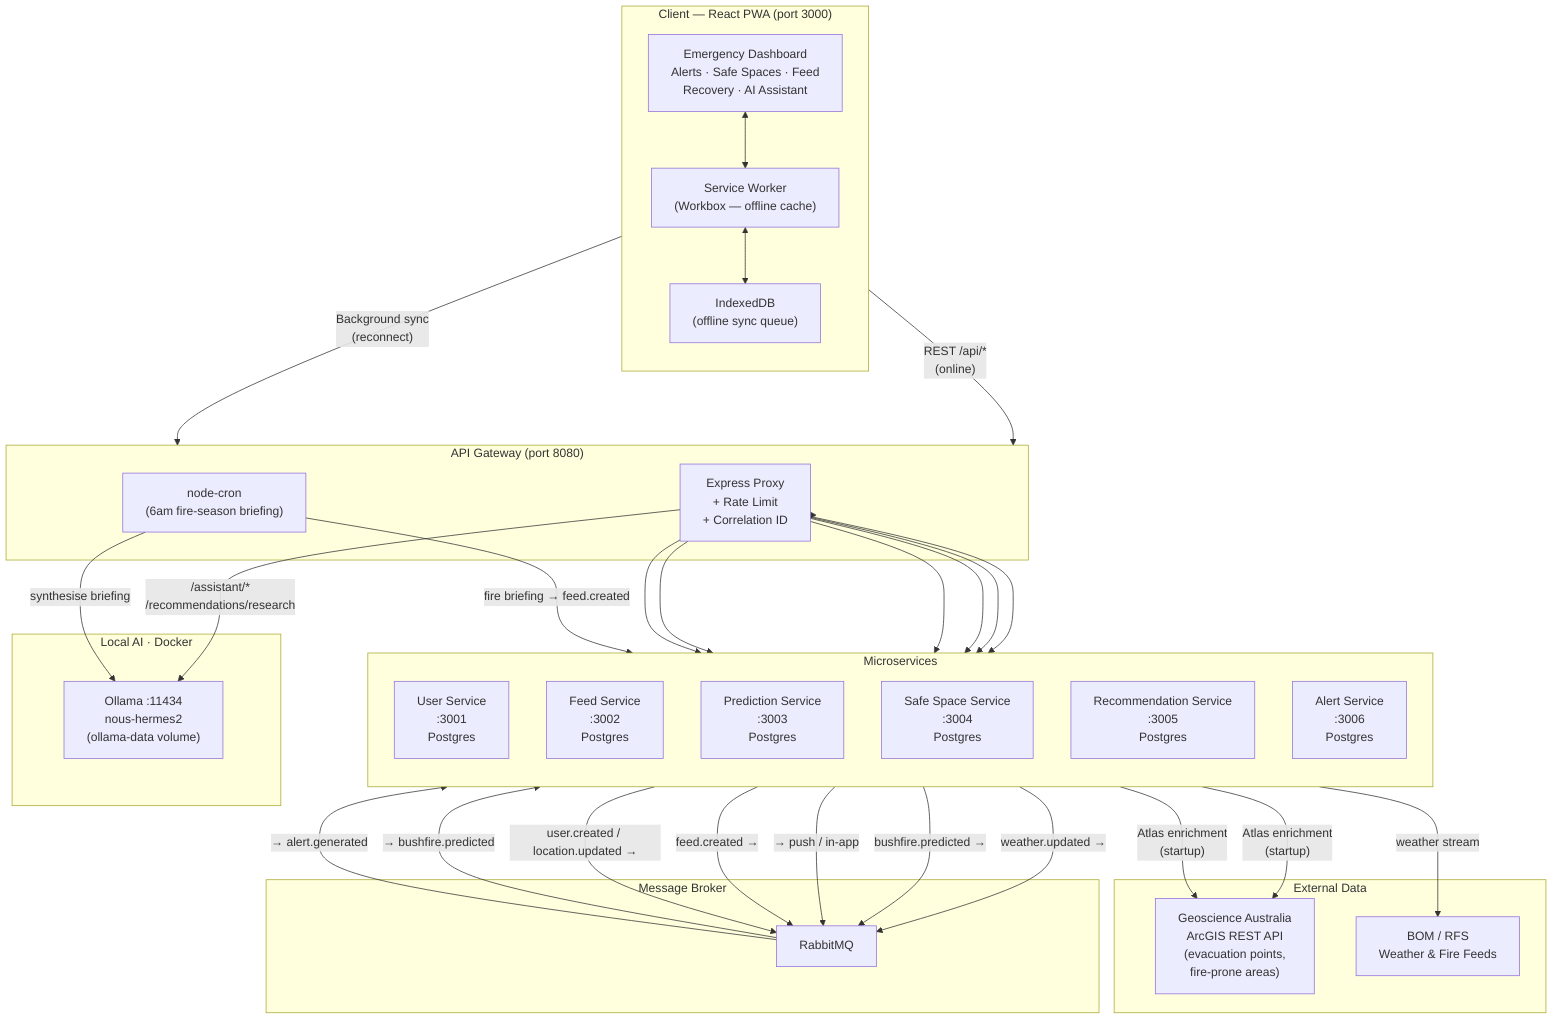
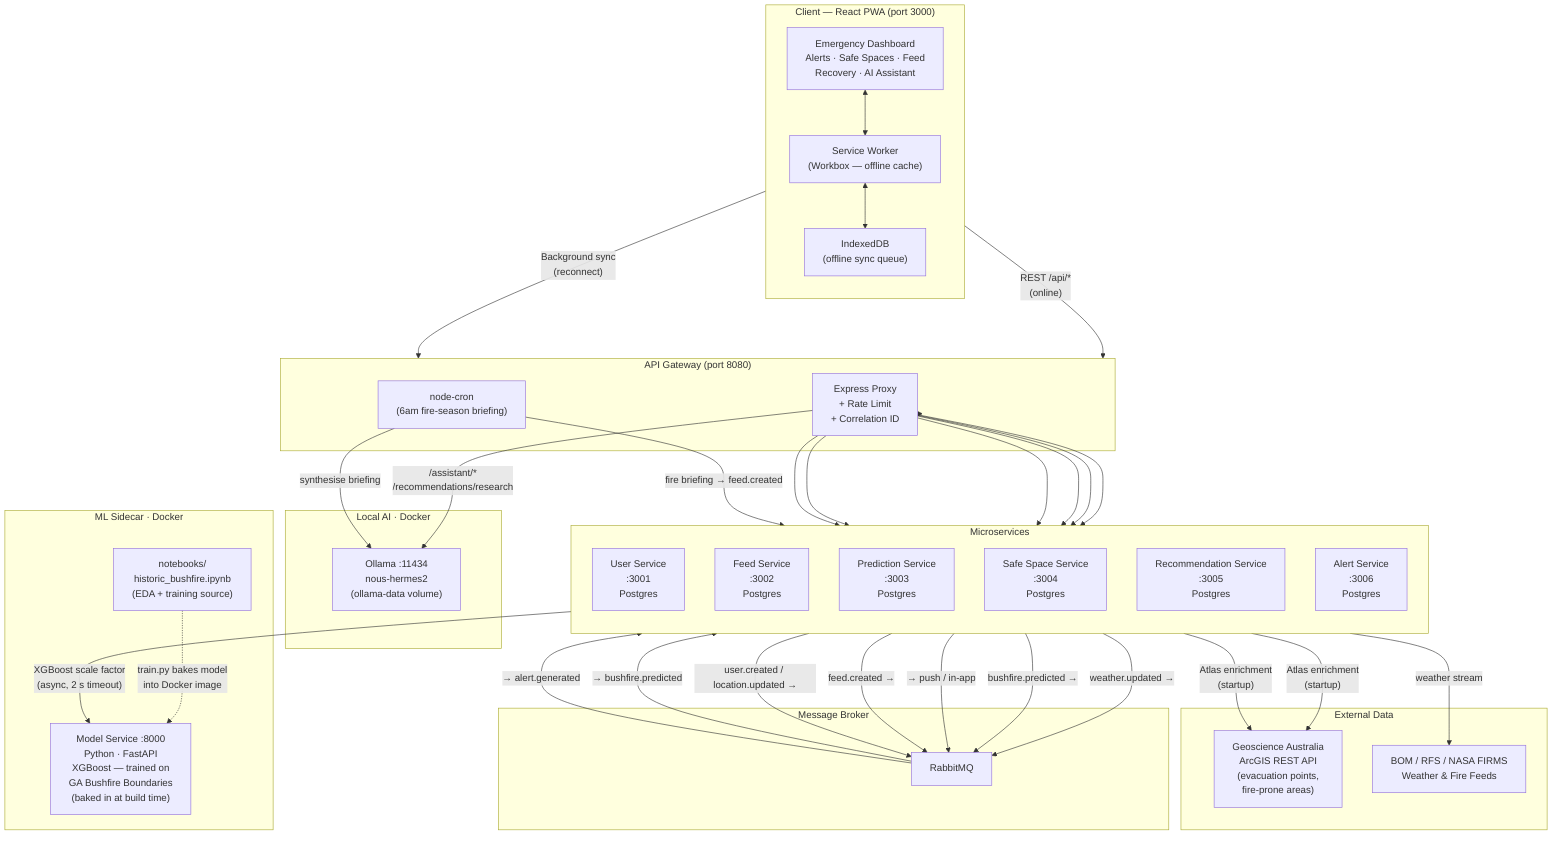
flowchart TB
    subgraph client["Client — React PWA (port 3000)"]
        direction TB
        UI["Emergency Dashboard\nAlerts · Safe Spaces · Feed\nRecovery · AI Assistant"]
        SW["Service Worker\n(Workbox — offline cache)"]
        IDB["IndexedDB\n(offline sync queue)"]
        UI <--> SW
        SW <--> IDB
    end

    subgraph gateway["API Gateway (port 8080)"]
        GW["Express Proxy\n+ Rate Limit\n+ Correlation ID"]
        CRON["node-cron\n(6am fire-season briefing)"]
    end

    subgraph ai["Local AI · Docker"]
        OL["Ollama :11434\nnous-hermes2\n(ollama-data volume)"]
    end

    subgraph broker["Message Broker"]
        MQ["RabbitMQ"]
    end

    subgraph services["Microservices"]
        direction TB
        US["User Service\n:3001\nPostgres"]
        FS["Feed Service\n:3002\nPostgres"]
        PS["Prediction Service\n:3003\nPostgres"]
        SS["Safe Space Service\n:3004\nPostgres"]
        RS["Recommendation Service\n:3005\nPostgres"]
        AS["Alert Service\n:3006\nPostgres"]
    end

+     subgraph ml["ML Sidecar · Docker"]
+         MS["Model Service :8000\nPython · FastAPI\nXGBoost — trained on\nGA Bushfire Boundaries\n(baked in at build time)"]
+         NB["notebooks/\nhistoric_bushfire.ipynb\n(EDA + training source)"]
+         NB -. "train.py bakes model\ninto Docker image" .-> MS
+     end
+ 
    subgraph data["External Data"]
        GA["Geoscience Australia\nArcGIS REST API\n(evacuation points,\nfire-prone areas)"]
-         BOM["BOM / RFS\nWeather & Fire Feeds"]
+         BOM["BOM / RFS / NASA FIRMS\nWeather & Fire Feeds"]
    end

    client -->|"REST /api/*\n(online)"| gateway
    SW -->|"Background sync\n(reconnect)"| gateway
    gateway --> GW
    GW -->|"/assistant/*\n/recommendations/research"| OL
    GW --> US & FS & PS & SS & RS & AS
    CRON -->|"synthesise briefing"| OL
    CRON -->|"fire briefing → feed.created"| FS

    PS -->|"weather.updated →"| MQ
    MQ -->|"→ bushfire.predicted"| PS
+     PS -->|"XGBoost scale factor\n(async, 2 s timeout)"| MS
    PS -->|"bushfire.predicted →"| MQ
    MQ -->|"→ alert.generated"| AS
    AS -->|"→ push / in-app"| MQ
    FS -->|"feed.created →"| MQ
    US -->|"user.created / location.updated →"| MQ

    SS -->|"Atlas enrichment\n(startup)"| GA
    PS -->|"Atlas enrichment\n(startup)"| GA
    PS -->|"weather stream"| BOM
